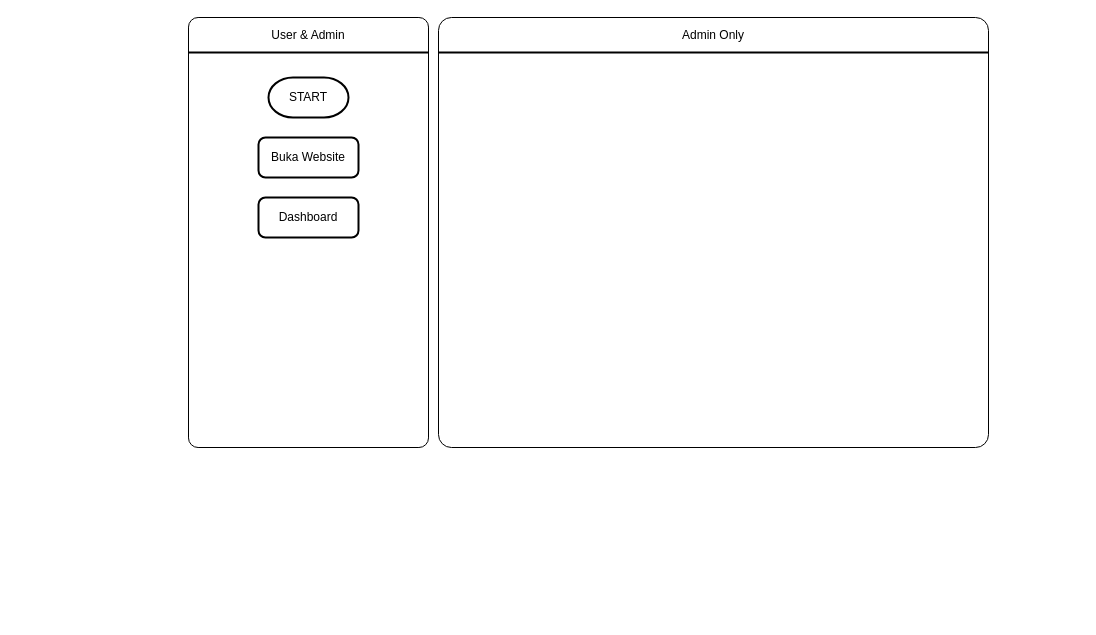
Earlier version of the draw.io diagram pbo.drawio (userunkn0w/flowchart). Source tidied: cells renumbered, new cells numbered last; positions are measured from the earlier drawing's top-left corner, leaving out a move shared by most shapes. Both pictures are drawn from the tidied source at 100%, with x=0, y=0 at pixel (188, 17).
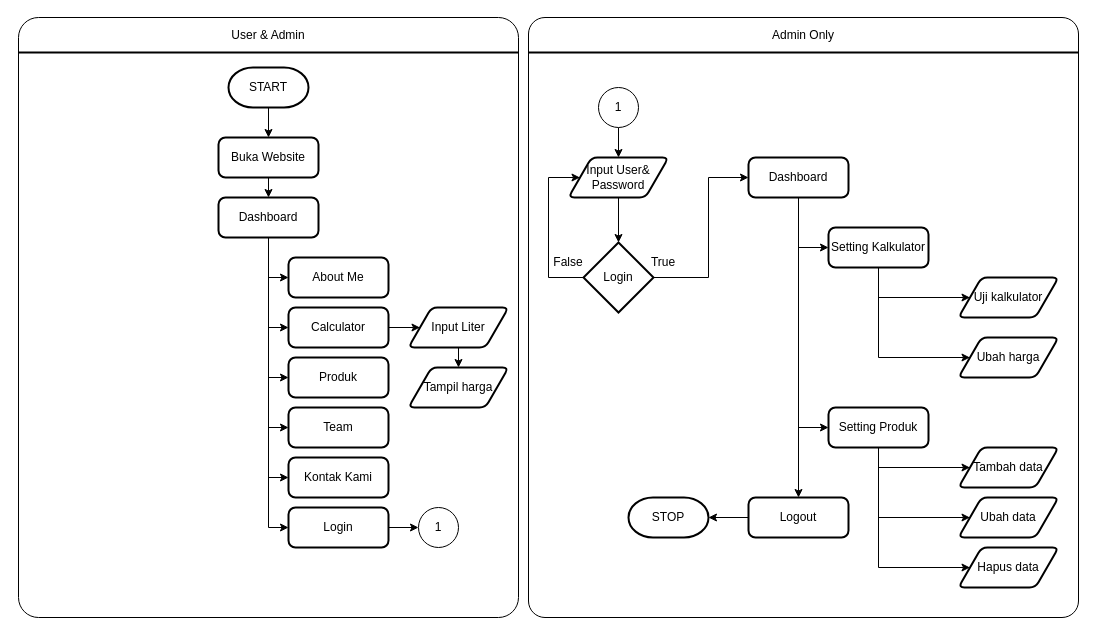
The same diagram, later.

Change to the diagram source:
```diff
@@
     <mxCell id="2" style="whiteSpace=wrap;html=1;fontSize=12;rounded=1;arcSize=3;" parent="1" vertex="1">
-      <mxGeometry x="250" width="550" height="430" as="geometry" />
+      <mxGeometry x="340" width="550" height="600" as="geometry" />
     </mxCell>
     <mxCell id="3" style="whiteSpace=wrap;html=1;fontSize=12;rounded=1;arcSize=4;" parent="1" vertex="1">
-      <mxGeometry width="240" height="430" as="geometry" />
+      <mxGeometry x="-170" width="500" height="600" as="geometry" />
     </mxCell>
     <mxCell id="4" style="line;strokeWidth=2;html=1;rounded=1;fontSize=12;" parent="1" vertex="1">
-      <mxGeometry x="250" y="30" width="550" height="10" as="geometry" />
+      <mxGeometry x="340" y="30" width="550" height="10" as="geometry" />
     </mxCell>
     <mxCell id="5" style="line;strokeWidth=2;html=1;rounded=1;fontSize=12;" parent="1" vertex="1">
-      <mxGeometry y="30" width="240" height="10" as="geometry" />
+      <mxGeometry x="-170" y="30" width="500" height="10" as="geometry" />
     </mxCell>
     <mxCell id="6" value="User &amp;amp; Admin" style="text;html=1;strokeColor=none;fillColor=none;align=center;verticalAlign=middle;whiteSpace=wrap;rounded=0;fontSize=12;" parent="1" vertex="1">
-      <mxGeometry x="65" y="3" width="110" height="30" as="geometry" />
+      <mxGeometry x="25" y="3" width="110" height="30" as="geometry" />
     </mxCell>
     <mxCell id="7" value="Admin Only" style="text;html=1;strokeColor=none;fillColor=none;align=center;verticalAlign=middle;whiteSpace=wrap;rounded=0;fontSize=12;" parent="1" vertex="1">
-      <mxGeometry x="470" y="3" width="110" height="30" as="geometry" />
+      <mxGeometry x="560" y="3" width="110" height="30" as="geometry" />
     </mxCell>
+    <mxCell id="11" style="edgeStyle=none;rounded=0;jettySize=auto;html=1;fontSize=12;entryX=0.5;entryY=0;entryDx=0;entryDy=0;" parent="1" edge="1" source="8" target="9">
+      <mxGeometry relative="1" as="geometry" />
+    </mxCell>
     <mxCell id="8" value="START" style="strokeWidth=2;html=1;shape=mxgraph.flowchart.terminator;whiteSpace=wrap;rounded=1;fontSize=12;" parent="1" vertex="1">
-      <mxGeometry x="80" y="60" width="80" height="40" as="geometry" />
+      <mxGeometry x="40" y="50" width="80" height="40" as="geometry" />
     </mxCell>
+    <mxCell id="12" style="edgeStyle=none;rounded=0;jettySize=auto;html=1;fontSize=12;entryX=0.5;entryY=0;entryDx=0;entryDy=0;" parent="1" edge="1" source="9" target="10">
+      <mxGeometry relative="1" as="geometry" />
+    </mxCell>
     <mxCell id="9" value="Buka Website" style="rounded=1;whiteSpace=wrap;html=1;absoluteArcSize=1;arcSize=14;strokeWidth=2;fontSize=12;" parent="1" vertex="1">
-      <mxGeometry x="70" y="120" width="100" height="40" as="geometry" />
+      <mxGeometry x="30" y="120" width="100" height="40" as="geometry" />
     </mxCell>
+    <mxCell id="13" style="edgeStyle=none;rounded=0;jettySize=auto;html=1;exitX=0.5;exitY=1;exitDx=0;exitDy=0;entryX=0;entryY=0.5;entryDx=0;entryDy=0;fontSize=12;" parent="1" edge="1" source="10" target="19">
+      <mxGeometry relative="1" as="geometry">
+        <Array as="points">
+          <mxPoint x="80" y="260" />
+        </Array>
+      </mxGeometry>
+    </mxCell>
+    <mxCell id="14" style="edgeStyle=none;rounded=0;jettySize=auto;html=1;entryX=0;entryY=0.5;entryDx=0;entryDy=0;fontSize=12;" parent="1" edge="1" source="10" target="21">
+      <mxGeometry relative="1" as="geometry">
+        <Array as="points">
+          <mxPoint x="80" y="310" />
+        </Array>
+      </mxGeometry>
+    </mxCell>
+    <mxCell id="15" style="edgeStyle=none;rounded=0;jettySize=auto;html=1;entryX=0;entryY=0.5;entryDx=0;entryDy=0;fontSize=12;" parent="1" edge="1" source="10" target="24">
+      <mxGeometry relative="1" as="geometry">
+        <Array as="points">
+          <mxPoint x="80" y="360" />
+        </Array>
+      </mxGeometry>
+    </mxCell>
+    <mxCell id="16" style="edgeStyle=none;rounded=0;jettySize=auto;html=1;entryX=0;entryY=0.5;entryDx=0;entryDy=0;fontSize=12;" parent="1" edge="1" source="10" target="25">
+      <mxGeometry relative="1" as="geometry">
+        <Array as="points">
+          <mxPoint x="80" y="410" />
+        </Array>
+      </mxGeometry>
+    </mxCell>
+    <mxCell id="17" style="edgeStyle=none;rounded=0;jettySize=auto;html=1;exitX=0.5;exitY=1;exitDx=0;exitDy=0;entryX=0;entryY=0.5;entryDx=0;entryDy=0;fontSize=12;" parent="1" edge="1" source="10" target="26">
+      <mxGeometry relative="1" as="geometry">
+        <Array as="points">
+          <mxPoint x="80" y="460" />
+        </Array>
+      </mxGeometry>
+    </mxCell>
+    <mxCell id="18" style="edgeStyle=none;rounded=0;jettySize=auto;html=1;entryX=0;entryY=0.5;entryDx=0;entryDy=0;fontSize=12;" parent="1" edge="1" source="10" target="23">
+      <mxGeometry relative="1" as="geometry">
+        <Array as="points">
+          <mxPoint x="80" y="510" />
+        </Array>
+      </mxGeometry>
+    </mxCell>
     <mxCell id="10" value="Dashboard" style="rounded=1;whiteSpace=wrap;html=1;absoluteArcSize=1;arcSize=14;strokeWidth=2;fontSize=12;" parent="1" vertex="1">
-      <mxGeometry x="70" y="180" width="100" height="40" as="geometry" />
+      <mxGeometry x="30" y="180" width="100" height="40" as="geometry" />
     </mxCell>
+    <mxCell id="19" value="About Me" style="rounded=1;whiteSpace=wrap;html=1;absoluteArcSize=1;arcSize=14;strokeWidth=2;fontSize=12;" parent="1" vertex="1">
+      <mxGeometry x="100" y="240" width="100" height="40" as="geometry" />
+    </mxCell>
+    <mxCell id="20" style="edgeStyle=none;rounded=0;jettySize=auto;html=1;exitX=1;exitY=0.5;exitDx=0;exitDy=0;entryX=0;entryY=0.5;entryDx=0;entryDy=0;fontSize=12;" parent="1" edge="1" source="21" target="28">
+      <mxGeometry relative="1" as="geometry" />
+    </mxCell>
+    <mxCell id="21" value="Calculator" style="rounded=1;whiteSpace=wrap;html=1;absoluteArcSize=1;arcSize=14;strokeWidth=2;fontSize=12;" parent="1" vertex="1">
+      <mxGeometry x="100" y="290" width="100" height="40" as="geometry" />
+    </mxCell>
+    <mxCell id="22" style="edgeStyle=none;rounded=0;jettySize=auto;html=1;fontSize=12;" parent="1" edge="1" source="23" target="30">
+      <mxGeometry relative="1" as="geometry" />
+    </mxCell>
+    <mxCell id="23" value="Login" style="rounded=1;whiteSpace=wrap;html=1;absoluteArcSize=1;arcSize=14;strokeWidth=2;fontSize=12;" parent="1" vertex="1">
+      <mxGeometry x="100" y="490" width="100" height="40" as="geometry" />
+    </mxCell>
+    <mxCell id="24" value="Produk" style="rounded=1;whiteSpace=wrap;html=1;absoluteArcSize=1;arcSize=14;strokeWidth=2;fontSize=12;" parent="1" vertex="1">
+      <mxGeometry x="100" y="340" width="100" height="40" as="geometry" />
+    </mxCell>
+    <mxCell id="25" value="Team" style="rounded=1;whiteSpace=wrap;html=1;absoluteArcSize=1;arcSize=14;strokeWidth=2;fontSize=12;" parent="1" vertex="1">
+      <mxGeometry x="100" y="390" width="100" height="40" as="geometry" />
+    </mxCell>
+    <mxCell id="26" value="Kontak Kami" style="rounded=1;whiteSpace=wrap;html=1;absoluteArcSize=1;arcSize=14;strokeWidth=2;fontSize=12;" parent="1" vertex="1">
+      <mxGeometry x="100" y="440" width="100" height="40" as="geometry" />
+    </mxCell>
+    <mxCell id="27" style="edgeStyle=none;rounded=0;jettySize=auto;html=1;exitX=0.5;exitY=1;exitDx=0;exitDy=0;entryX=0.5;entryY=0;entryDx=0;entryDy=0;fontSize=12;" parent="1" edge="1" source="28" target="29">
+      <mxGeometry relative="1" as="geometry" />
+    </mxCell>
+    <mxCell id="28" value="Input Liter" style="shape=parallelogram;html=1;strokeWidth=2;perimeter=parallelogramPerimeter;whiteSpace=wrap;rounded=1;arcSize=12;size=0.23;fontSize=12;" parent="1" vertex="1">
+      <mxGeometry x="220" y="290" width="100" height="40" as="geometry" />
+    </mxCell>
+    <mxCell id="29" value="Tampil harga" style="shape=parallelogram;html=1;strokeWidth=2;perimeter=parallelogramPerimeter;whiteSpace=wrap;rounded=1;arcSize=12;size=0.23;fontSize=12;" parent="1" vertex="1">
+      <mxGeometry x="220" y="350" width="100" height="40" as="geometry" />
+    </mxCell>
+    <mxCell id="30" value="1" style="ellipse;whiteSpace=wrap;html=1;rounded=1;fontSize=12;" parent="1" vertex="1">
+      <mxGeometry x="230" y="490" width="40" height="40" as="geometry" />
+    </mxCell>
+    <mxCell id="31" style="edgeStyle=none;rounded=0;jettySize=auto;html=1;entryX=0.5;entryY=0;entryDx=0;entryDy=0;fontSize=12;" parent="1" edge="1" source="32" target="34">
+      <mxGeometry relative="1" as="geometry" />
+    </mxCell>
+    <mxCell id="32" value="1" style="ellipse;whiteSpace=wrap;html=1;rounded=1;fontSize=12;" parent="1" vertex="1">
+      <mxGeometry x="410" y="70" width="40" height="40" as="geometry" />
+    </mxCell>
+    <mxCell id="33" style="edgeStyle=none;rounded=0;jettySize=auto;html=1;exitX=0.5;exitY=1;exitDx=0;exitDy=0;fontSize=12;" parent="1" edge="1" source="34" target="37">
+      <mxGeometry relative="1" as="geometry" />
+    </mxCell>
+    <mxCell id="34" value="Input User&amp;amp;&lt;br&gt;Password" style="shape=parallelogram;html=1;strokeWidth=2;perimeter=parallelogramPerimeter;whiteSpace=wrap;rounded=1;arcSize=12;size=0.23;fontSize=12;" parent="1" vertex="1">
+      <mxGeometry x="380" y="140" width="100" height="40" as="geometry" />
+    </mxCell>
+    <mxCell id="35" style="edgeStyle=none;rounded=0;jettySize=auto;html=1;exitX=0;exitY=0.5;exitDx=0;exitDy=0;exitPerimeter=0;entryX=0;entryY=0.5;entryDx=0;entryDy=0;fontSize=12;" parent="1" edge="1" source="37" target="34">
+      <mxGeometry relative="1" as="geometry">
+        <Array as="points">
+          <mxPoint x="360" y="260" />
+          <mxPoint x="360" y="160" />
+        </Array>
+      </mxGeometry>
+    </mxCell>
+    <mxCell id="36" style="edgeStyle=none;rounded=0;jettySize=auto;html=1;exitX=1;exitY=0.5;exitDx=0;exitDy=0;exitPerimeter=0;entryX=0;entryY=0.5;entryDx=0;entryDy=0;fontSize=12;" parent="1" edge="1" source="37" target="43">
+      <mxGeometry relative="1" as="geometry">
+        <Array as="points">
+          <mxPoint x="520" y="260" />
+          <mxPoint x="520" y="160" />
+        </Array>
+      </mxGeometry>
+    </mxCell>
+    <mxCell id="37" value="Login" style="strokeWidth=2;html=1;shape=mxgraph.flowchart.decision;whiteSpace=wrap;rounded=1;fontSize=12;" parent="1" vertex="1">
+      <mxGeometry x="395" y="225" width="70" height="70" as="geometry" />
+    </mxCell>
+    <mxCell id="38" value="False" style="text;html=1;strokeColor=none;fillColor=none;align=center;verticalAlign=middle;whiteSpace=wrap;rounded=0;fontSize=12;" parent="1" vertex="1">
+      <mxGeometry x="325" y="230" width="110" height="30" as="geometry" />
+    </mxCell>
+    <mxCell id="39" value="True" style="text;html=1;strokeColor=none;fillColor=none;align=center;verticalAlign=middle;whiteSpace=wrap;rounded=0;fontSize=12;" parent="1" vertex="1">
+      <mxGeometry x="420" y="230" width="110" height="30" as="geometry" />
+    </mxCell>
+    <mxCell id="40" style="edgeStyle=none;rounded=0;jettySize=auto;html=1;exitX=0.5;exitY=1;exitDx=0;exitDy=0;entryX=0;entryY=0.5;entryDx=0;entryDy=0;fontSize=12;" parent="1" edge="1" source="43" target="46">
+      <mxGeometry relative="1" as="geometry">
+        <Array as="points">
+          <mxPoint x="610" y="230" />
+        </Array>
+      </mxGeometry>
+    </mxCell>
+    <mxCell id="41" style="edgeStyle=none;rounded=0;jettySize=auto;html=1;exitX=0.5;exitY=1;exitDx=0;exitDy=0;entryX=0;entryY=0.5;entryDx=0;entryDy=0;fontSize=12;" parent="1" edge="1" source="43" target="50">
+      <mxGeometry relative="1" as="geometry">
+        <Array as="points">
+          <mxPoint x="610" y="410" />
+        </Array>
+      </mxGeometry>
+    </mxCell>
+    <mxCell id="42" style="edgeStyle=none;rounded=0;jettySize=auto;html=1;exitX=0.5;exitY=1;exitDx=0;exitDy=0;entryX=0.5;entryY=0;entryDx=0;entryDy=0;fontSize=12;" parent="1" edge="1" source="43" target="57">
+      <mxGeometry relative="1" as="geometry" />
+    </mxCell>
+    <mxCell id="43" value="Dashboard" style="rounded=1;whiteSpace=wrap;html=1;absoluteArcSize=1;arcSize=14;strokeWidth=2;fontSize=12;" parent="1" vertex="1">
+      <mxGeometry x="560" y="140" width="100" height="40" as="geometry" />
+    </mxCell>
+    <mxCell id="44" style="edgeStyle=none;rounded=0;jettySize=auto;html=1;entryX=0;entryY=0.5;entryDx=0;entryDy=0;fontSize=12;" parent="1" edge="1" source="46" target="51">
+      <mxGeometry relative="1" as="geometry">
+        <Array as="points">
+          <mxPoint x="690" y="280" />
+        </Array>
+      </mxGeometry>
+    </mxCell>
+    <mxCell id="45" style="edgeStyle=none;rounded=0;jettySize=auto;html=1;entryX=0;entryY=0.5;entryDx=0;entryDy=0;fontSize=12;" parent="1" edge="1" source="46" target="52">
+      <mxGeometry relative="1" as="geometry">
+        <Array as="points">
+          <mxPoint x="690" y="340" />
+        </Array>
+      </mxGeometry>
+    </mxCell>
+    <mxCell id="46" value="Setting Kalkulator" style="rounded=1;whiteSpace=wrap;html=1;absoluteArcSize=1;arcSize=14;strokeWidth=2;fontSize=12;" parent="1" vertex="1">
+      <mxGeometry x="640" y="210" width="100" height="40" as="geometry" />
+    </mxCell>
+    <mxCell id="47" style="edgeStyle=none;rounded=0;jettySize=auto;html=1;exitX=0.5;exitY=1;exitDx=0;exitDy=0;entryX=0;entryY=0.5;entryDx=0;entryDy=0;fontSize=12;" parent="1" edge="1" source="50" target="53">
+      <mxGeometry relative="1" as="geometry">
+        <Array as="points">
+          <mxPoint x="690" y="450" />
+        </Array>
+      </mxGeometry>
+    </mxCell>
+    <mxCell id="48" style="edgeStyle=none;rounded=0;jettySize=auto;html=1;exitX=0.5;exitY=1;exitDx=0;exitDy=0;entryX=0;entryY=0.5;entryDx=0;entryDy=0;fontSize=12;" parent="1" edge="1" source="50" target="54">
+      <mxGeometry relative="1" as="geometry">
+        <Array as="points">
+          <mxPoint x="690" y="500" />
+        </Array>
+      </mxGeometry>
+    </mxCell>
+    <mxCell id="49" style="edgeStyle=none;rounded=0;jettySize=auto;html=1;exitX=0.5;exitY=1;exitDx=0;exitDy=0;entryX=0;entryY=0.5;entryDx=0;entryDy=0;fontSize=12;" parent="1" edge="1" source="50" target="55">
+      <mxGeometry relative="1" as="geometry">
+        <Array as="points">
+          <mxPoint x="690" y="550" />
+        </Array>
+      </mxGeometry>
+    </mxCell>
+    <mxCell id="50" value="Setting Produk" style="rounded=1;whiteSpace=wrap;html=1;absoluteArcSize=1;arcSize=14;strokeWidth=2;fontSize=12;" parent="1" vertex="1">
+      <mxGeometry x="640" y="390" width="100" height="40" as="geometry" />
+    </mxCell>
+    <mxCell id="51" value="Uji kalkulator" style="shape=parallelogram;html=1;strokeWidth=2;perimeter=parallelogramPerimeter;whiteSpace=wrap;rounded=1;arcSize=12;size=0.23;fontSize=12;" parent="1" vertex="1">
+      <mxGeometry x="770" y="260" width="100" height="40" as="geometry" />
+    </mxCell>
+    <mxCell id="52" value="Ubah harga" style="shape=parallelogram;html=1;strokeWidth=2;perimeter=parallelogramPerimeter;whiteSpace=wrap;rounded=1;arcSize=12;size=0.23;fontSize=12;" parent="1" vertex="1">
+      <mxGeometry x="770" y="320" width="100" height="40" as="geometry" />
+    </mxCell>
+    <mxCell id="53" value="Tambah data" style="shape=parallelogram;html=1;strokeWidth=2;perimeter=parallelogramPerimeter;whiteSpace=wrap;rounded=1;arcSize=12;size=0.23;fontSize=12;" parent="1" vertex="1">
+      <mxGeometry x="770" y="430" width="100" height="40" as="geometry" />
+    </mxCell>
+    <mxCell id="54" value="Ubah data" style="shape=parallelogram;html=1;strokeWidth=2;perimeter=parallelogramPerimeter;whiteSpace=wrap;rounded=1;arcSize=12;size=0.23;fontSize=12;" parent="1" vertex="1">
+      <mxGeometry x="770" y="480" width="100" height="40" as="geometry" />
+    </mxCell>
+    <mxCell id="55" value="Hapus data" style="shape=parallelogram;html=1;strokeWidth=2;perimeter=parallelogramPerimeter;whiteSpace=wrap;rounded=1;arcSize=12;size=0.23;fontSize=12;" parent="1" vertex="1">
+      <mxGeometry x="770" y="530" width="100" height="40" as="geometry" />
+    </mxCell>
+    <mxCell id="56" style="edgeStyle=none;rounded=0;jettySize=auto;html=1;exitX=0;exitY=0.5;exitDx=0;exitDy=0;fontSize=12;" parent="1" edge="1" source="57" target="58">
+      <mxGeometry relative="1" as="geometry" />
+    </mxCell>
+    <mxCell id="57" value="Logout" style="rounded=1;whiteSpace=wrap;html=1;absoluteArcSize=1;arcSize=14;strokeWidth=2;fontSize=12;" parent="1" vertex="1">
+      <mxGeometry x="560" y="480" width="100" height="40" as="geometry" />
+    </mxCell>
+    <mxCell id="58" value="STOP" style="strokeWidth=2;html=1;shape=mxgraph.flowchart.terminator;whiteSpace=wrap;rounded=1;fontSize=12;" parent="1" vertex="1">
+      <mxGeometry x="440" y="480" width="80" height="40" as="geometry" />
+    </mxCell>
```
